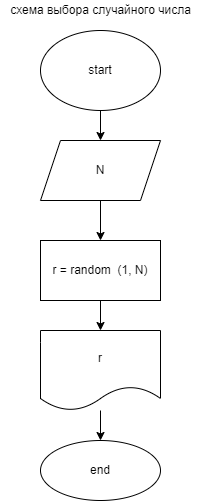
Before: ex000.drawio.png, a diagram exported from draw.io (KiraStarikova/Practice_nwe). Source tidied: cells renumbered, new cells last; positions are measured from the earlier drawing's top-left corner, leaving out a move shared by most shapes.
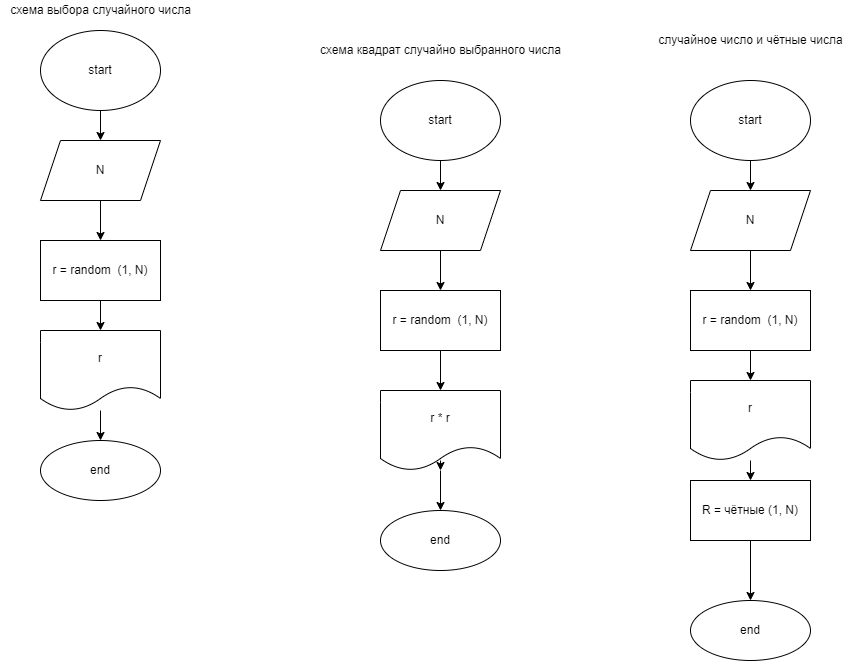
After the commit.

Commit message:
добавили схему случайное + чётные

The edit, as a diff of the source:
```diff
@@ -32,5 +32,76 @@
     <mxCell id="11" value="схема выбора случайного числа" style="text;html=1;align=center;verticalAlign=middle;strokeColor=none;fillColor=none;" parent="1" vertex="1">
       <mxGeometry width="200" height="20" as="geometry" />
     </mxCell>
+    <mxCell id="12" style="edgeStyle=none;html=1;" parent="1" edge="1" source="13" target="15">
+      <mxGeometry relative="1" as="geometry" />
+    </mxCell>
+    <mxCell id="13" value="start" style="ellipse;whiteSpace=wrap;html=1;" parent="1" vertex="1">
+      <mxGeometry x="380" y="80" width="120" height="80" as="geometry" />
+    </mxCell>
+    <mxCell id="14" style="edgeStyle=none;html=1;" parent="1" edge="1" source="15" target="17">
+      <mxGeometry relative="1" as="geometry" />
+    </mxCell>
+    <mxCell id="15" value="N" style="shape=parallelogram;perimeter=parallelogramPerimeter;whiteSpace=wrap;html=1;fixedSize=1;" parent="1" vertex="1">
+      <mxGeometry x="380" y="190" width="120" height="60" as="geometry" />
+    </mxCell>
+    <mxCell id="16" style="edgeStyle=none;html=1;" parent="1" edge="1" source="17" target="20">
+      <mxGeometry relative="1" as="geometry" />
+    </mxCell>
+    <mxCell id="17" value="r = random&amp;nbsp; (1, N)" style="whiteSpace=wrap;html=1;" parent="1" vertex="1">
+      <mxGeometry x="380" y="290" width="120" height="60" as="geometry" />
+    </mxCell>
+    <mxCell id="18" style="edgeStyle=none;html=1;" parent="1" edge="1" target="20">
+      <mxGeometry relative="1" as="geometry">
+        <mxPoint x="440" y="460" as="sourcePoint" />
+      </mxGeometry>
+    </mxCell>
+    <mxCell id="19" style="edgeStyle=none;html=1;" parent="1" edge="1" source="20" target="21">
+      <mxGeometry relative="1" as="geometry" />
+    </mxCell>
+    <mxCell id="20" value="r * r" style="shape=document;whiteSpace=wrap;html=1;boundedLbl=1;" parent="1" vertex="1">
+      <mxGeometry x="380" y="390" width="120" height="80" as="geometry" />
+    </mxCell>
+    <mxCell id="21" value="end" style="ellipse;whiteSpace=wrap;html=1;" parent="1" vertex="1">
+      <mxGeometry x="380" y="510" width="120" height="60" as="geometry" />
+    </mxCell>
+    <mxCell id="22" value="схема квадрат случайно выбранного числа" style="text;html=1;align=center;verticalAlign=middle;strokeColor=none;fillColor=none;" parent="1" vertex="1">
+      <mxGeometry x="310" y="40" width="260" height="20" as="geometry" />
+    </mxCell>
+    <mxCell id="23" style="edgeStyle=none;html=1;" parent="1" edge="1" source="24" target="26">
+      <mxGeometry relative="1" as="geometry" />
+    </mxCell>
+    <mxCell id="24" value="start" style="ellipse;whiteSpace=wrap;html=1;" parent="1" vertex="1">
+      <mxGeometry x="690" y="80" width="120" height="80" as="geometry" />
+    </mxCell>
+    <mxCell id="25" style="edgeStyle=none;html=1;" parent="1" edge="1" source="26" target="28">
+      <mxGeometry relative="1" as="geometry" />
+    </mxCell>
+    <mxCell id="26" value="N" style="shape=parallelogram;perimeter=parallelogramPerimeter;whiteSpace=wrap;html=1;fixedSize=1;" parent="1" vertex="1">
+      <mxGeometry x="690" y="190" width="120" height="60" as="geometry" />
+    </mxCell>
+    <mxCell id="27" style="edgeStyle=none;html=1;" parent="1" edge="1" source="28" target="30">
+      <mxGeometry relative="1" as="geometry" />
+    </mxCell>
+    <mxCell id="28" value="r = random&amp;nbsp; (1, N)" style="whiteSpace=wrap;html=1;" parent="1" vertex="1">
+      <mxGeometry x="690" y="290" width="120" height="60" as="geometry" />
+    </mxCell>
+    <mxCell id="29" style="edgeStyle=none;html=1;" parent="1" edge="1" source="30" target="33">
+      <mxGeometry relative="1" as="geometry" />
+    </mxCell>
+    <mxCell id="30" value="r" style="shape=document;whiteSpace=wrap;html=1;boundedLbl=1;" parent="1" vertex="1">
+      <mxGeometry x="690" y="380" width="120" height="80" as="geometry" />
+    </mxCell>
+    <mxCell id="31" value="end" style="ellipse;whiteSpace=wrap;html=1;" parent="1" vertex="1">
+      <mxGeometry x="690" y="600" width="120" height="60" as="geometry" />
+    </mxCell>
+    <mxCell id="32" style="edgeStyle=none;html=1;" parent="1" edge="1" source="33" target="31">
+      <mxGeometry relative="1" as="geometry" />
+    </mxCell>
+    <mxCell id="33" value="R = чётные (1, N)" style="whiteSpace=wrap;html=1;" parent="1" vertex="1">
+      <mxGeometry x="690" y="480" width="120" height="60" as="geometry" />
+    </mxCell>
+    <mxCell id="34" value="случайное число и чётные числа" style="text;html=1;align=center;verticalAlign=middle;strokeColor=none;fillColor=none;" parent="1" vertex="1">
+      <mxGeometry x="650" y="30" width="200" height="20" as="geometry" />
+    </mxCell>
   </root>
 </mxGraphModel>
```
